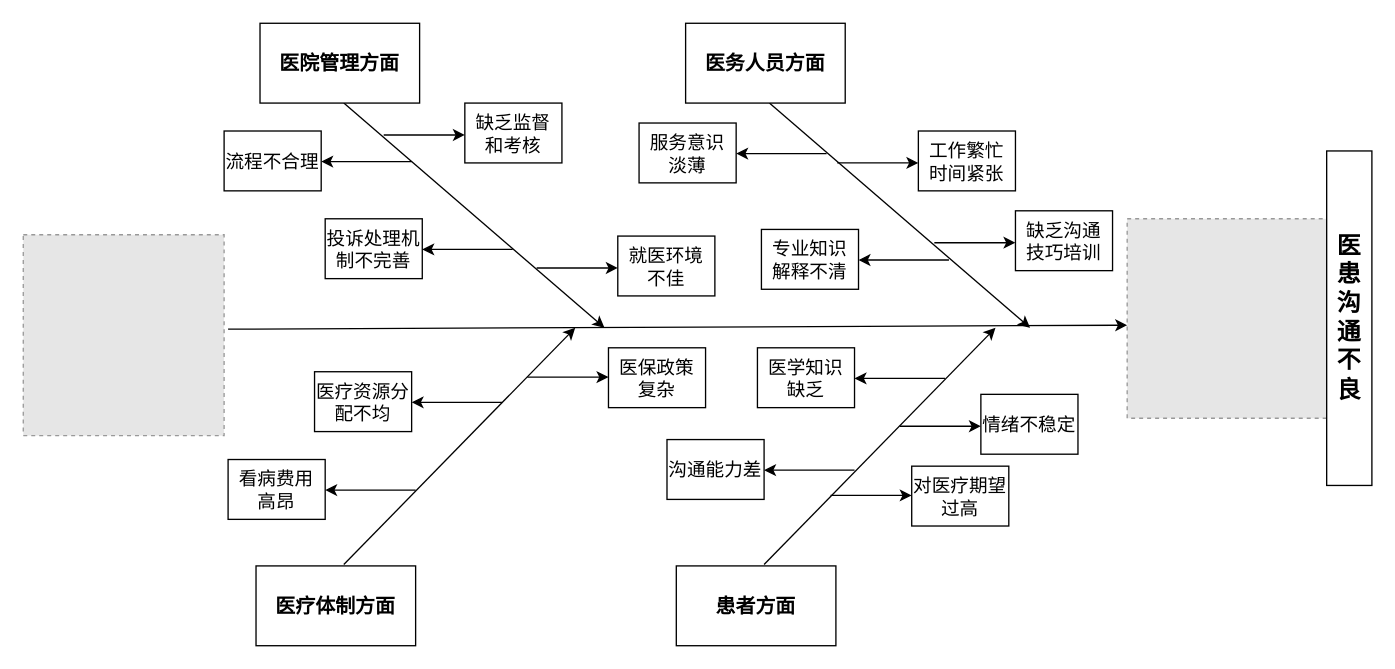
Above: 1111.drawio in zhenxix/blog_img (draw.io), before the change. Source tidied: cells renumbered, new cells numbered last; positions are measured from the earlier drawing's top-left corner, leaving out a move shared by most shapes. Both pictures are drawn from the tidied source at 133%, with x=0, y=0 at pixel (23, 23). Pictures stored in the file or linked from it are replaced by grey dashed boxes.
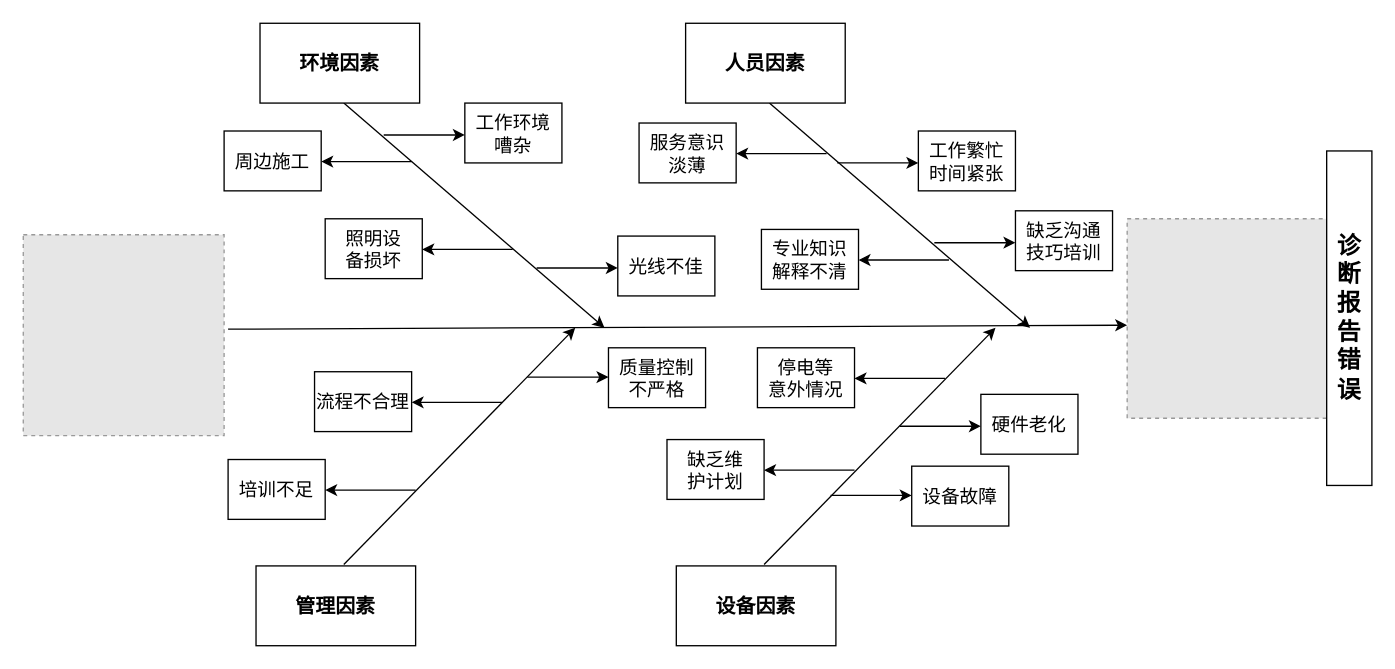
After the change.

Change to the diagram source:
```diff
@@
-    <mxCell id="3" value="&lt;font style=&quot;font-size: 18px;&quot;&gt;&lt;b&gt;医患沟通不良&lt;/b&gt;&lt;/font&gt;" style="rounded=0;whiteSpace=wrap;html=1;" parent="1" vertex="1">
+    <mxCell id="3" value="&lt;font style=&quot;font-size: 18px;&quot;&gt;&lt;b&gt;诊断报告错误&lt;/b&gt;&lt;/font&gt;" style="rounded=0;whiteSpace=wrap;html=1;" parent="1" vertex="1">
       <mxGeometry x="980" y="96" width="34" height="251.5" as="geometry" />
     </mxCell>
@@
-    <mxCell id="6" value="&lt;font style=&quot;font-size: 15px;&quot;&gt;&lt;b&gt;医务人员方面&lt;/b&gt;&lt;/font&gt;" style="rounded=0;whiteSpace=wrap;html=1;" parent="1" vertex="1">
+    <mxCell id="6" value="&lt;span style=&quot;font-size: 15px;&quot;&gt;&lt;b&gt;人员因素&lt;/b&gt;&lt;/span&gt;" style="rounded=0;whiteSpace=wrap;html=1;" parent="1" vertex="1">
       <mxGeometry x="498" width="120" height="60" as="geometry" />
     </mxCell>
@@
-    <mxCell id="8" value="&lt;font style=&quot;font-size: 15px;&quot;&gt;&lt;b&gt;患者方面&lt;/b&gt;&lt;/font&gt;" style="rounded=0;whiteSpace=wrap;html=1;" parent="1" vertex="1">
+    <mxCell id="8" value="&lt;span style=&quot;font-size: 15px;&quot;&gt;&lt;b&gt;设备因素&lt;/b&gt;&lt;/span&gt;" style="rounded=0;whiteSpace=wrap;html=1;" parent="1" vertex="1">
       <mxGeometry x="491" y="408" width="120" height="60" as="geometry" />
     </mxCell>
@@
-    <mxCell id="10" value="&lt;font style=&quot;font-size: 15px;&quot;&gt;&lt;b&gt;医疗体制方面&lt;/b&gt;&lt;/font&gt;" style="rounded=0;whiteSpace=wrap;html=1;" parent="1" vertex="1">
+    <mxCell id="10" value="&lt;span style=&quot;font-size: 15px;&quot;&gt;&lt;b&gt;管理因素&lt;/b&gt;&lt;/span&gt;" style="rounded=0;whiteSpace=wrap;html=1;" parent="1" vertex="1">
       <mxGeometry x="175" y="408" width="120" height="60" as="geometry" />
     </mxCell>
@@
-    <mxCell id="12" value="&lt;font style=&quot;font-size: 15px;&quot;&gt;&lt;b&gt;医院管理方面&lt;/b&gt;&lt;/font&gt;" style="rounded=0;whiteSpace=wrap;html=1;" parent="1" vertex="1">
+    <mxCell id="12" value="&lt;span style=&quot;font-size: 15px;&quot;&gt;&lt;b&gt;环境因素&lt;/b&gt;&lt;/span&gt;" style="rounded=0;whiteSpace=wrap;html=1;" parent="1" vertex="1">
       <mxGeometry x="178" width="120" height="60" as="geometry" />
     </mxCell>
@@
-    <mxCell id="14" value="&lt;font style=&quot;font-size: 14px;&quot;&gt;情绪不稳定&lt;/font&gt;" style="rounded=0;whiteSpace=wrap;html=1;" parent="1" vertex="1">
+    <mxCell id="14" value="&lt;font style=&quot;font-size: 14px;&quot;&gt;硬件老化&lt;/font&gt;" style="rounded=0;whiteSpace=wrap;html=1;" parent="1" vertex="1">
       <mxGeometry x="720" y="279" width="73" height="45" as="geometry" />
     </mxCell>
@@
-    <mxCell id="16" value="&lt;font style=&quot;font-size: 14px;&quot;&gt;对医疗期望过高&lt;/font&gt;" style="rounded=0;whiteSpace=wrap;html=1;" parent="1" vertex="1">
+    <mxCell id="16" value="&lt;font style=&quot;font-size: 14px;&quot;&gt;设备故障&lt;/font&gt;" style="rounded=0;whiteSpace=wrap;html=1;" parent="1" vertex="1">
       <mxGeometry x="668" y="333" width="73" height="45" as="geometry" />
     </mxCell>
@@
-    <mxCell id="18" value="&lt;font style=&quot;font-size: 14px;&quot;&gt;医学知识&lt;/font&gt;&lt;div&gt;&lt;font style=&quot;font-size: 14px;&quot;&gt;缺乏&lt;/font&gt;&lt;/div&gt;" style="rounded=0;whiteSpace=wrap;html=1;" parent="1" vertex="1">
+    <mxCell id="18" value="&lt;span style=&quot;font-size: 14px;&quot;&gt;停电等&lt;/span&gt;&lt;div&gt;&lt;span style=&quot;font-size: 14px;&quot;&gt;意外情况&lt;/span&gt;&lt;/div&gt;" style="rounded=0;whiteSpace=wrap;html=1;" parent="1" vertex="1">
       <mxGeometry x="552" y="244" width="73" height="45" as="geometry" />
     </mxCell>
@@
-    <mxCell id="20" value="&lt;font style=&quot;font-size: 14px;&quot;&gt;沟通能力差&lt;/font&gt;" style="rounded=0;whiteSpace=wrap;html=1;" parent="1" vertex="1">
+    <mxCell id="20" value="&lt;font style=&quot;font-size: 14px;&quot;&gt;缺乏维&lt;/font&gt;&lt;div&gt;&lt;font style=&quot;font-size: 14px;&quot;&gt;护计划&lt;/font&gt;&lt;/div&gt;" style="rounded=0;whiteSpace=wrap;html=1;" parent="1" vertex="1">
       <mxGeometry x="484" y="313" width="73" height="45" as="geometry" />
     </mxCell>
@@
-    <mxCell id="30" value="&lt;font style=&quot;font-size: 14px;&quot;&gt;医保政策&lt;/font&gt;&lt;div&gt;&lt;font style=&quot;font-size: 14px;&quot;&gt;复杂&lt;/font&gt;&lt;/div&gt;" style="rounded=0;whiteSpace=wrap;html=1;" parent="1" vertex="1">
+    <mxCell id="30" value="&lt;span style=&quot;font-size: 14px;&quot;&gt;质量控制&lt;/span&gt;&lt;div&gt;&lt;span style=&quot;font-size: 14px;&quot;&gt;不严格&lt;/span&gt;&lt;br&gt;&lt;/div&gt;" style="rounded=0;whiteSpace=wrap;html=1;" parent="1" vertex="1">
       <mxGeometry x="440" y="244" width="73" height="45" as="geometry" />
     </mxCell>
@@
-    <mxCell id="32" value="&lt;font style=&quot;font-size: 14px;&quot;&gt;医疗资源分配不均&lt;/font&gt;" style="rounded=0;whiteSpace=wrap;html=1;" parent="1" vertex="1">
+    <mxCell id="32" value="&lt;font style=&quot;font-size: 14px;&quot;&gt;流程不合理&lt;/font&gt;" style="rounded=0;whiteSpace=wrap;html=1;" parent="1" vertex="1">
       <mxGeometry x="219" y="262" width="73" height="45" as="geometry" />
     </mxCell>
@@
-    <mxCell id="34" value="&lt;font style=&quot;font-size: 14px;&quot;&gt;看病费用&lt;/font&gt;&lt;div&gt;&lt;font style=&quot;font-size: 14px;&quot;&gt;高昂&lt;/font&gt;&lt;/div&gt;" style="rounded=0;whiteSpace=wrap;html=1;" parent="1" vertex="1">
+    <mxCell id="34" value="&lt;span style=&quot;font-size: 14px;&quot;&gt;培训不足&lt;/span&gt;" style="rounded=0;whiteSpace=wrap;html=1;" parent="1" vertex="1">
       <mxGeometry x="154" y="328" width="73" height="45" as="geometry" />
     </mxCell>
@@
-    <mxCell id="36" value="&lt;font style=&quot;font-size: 14px;&quot;&gt;流程不合理&lt;/font&gt;" style="rounded=0;whiteSpace=wrap;html=1;" parent="1" vertex="1">
+    <mxCell id="36" value="&lt;font style=&quot;font-size: 14px;&quot;&gt;周边施工&lt;/font&gt;" style="rounded=0;whiteSpace=wrap;html=1;" parent="1" vertex="1">
       <mxGeometry x="151" y="81" width="73" height="45" as="geometry" />
     </mxCell>
@@
-    <mxCell id="38" value="&lt;span style=&quot;font-size: 14px;&quot;&gt;投诉处理机制不完善&lt;/span&gt;" style="rounded=0;whiteSpace=wrap;html=1;" parent="1" vertex="1">
+    <mxCell id="38" value="&lt;span style=&quot;font-size: 14px;&quot;&gt;照明设&lt;/span&gt;&lt;div&gt;&lt;span style=&quot;font-size: 14px;&quot;&gt;备损坏&lt;/span&gt;&lt;br&gt;&lt;/div&gt;" style="rounded=0;whiteSpace=wrap;html=1;" parent="1" vertex="1">
       <mxGeometry x="227" y="147" width="73" height="45" as="geometry" />
     </mxCell>
@@
-    <mxCell id="40" value="&lt;span style=&quot;font-size: 14px;&quot;&gt;缺乏监督&lt;/span&gt;&lt;div&gt;&lt;span style=&quot;font-size: 14px;&quot;&gt;和考核&lt;/span&gt;&lt;/div&gt;" style="rounded=0;whiteSpace=wrap;html=1;" parent="1" vertex="1">
+    <mxCell id="40" value="&lt;span style=&quot;font-size: 14px;&quot;&gt;工作环境&lt;/span&gt;&lt;div&gt;&lt;span style=&quot;font-size: 14px;&quot;&gt;嘈杂&lt;/span&gt;&lt;br&gt;&lt;/div&gt;" style="rounded=0;whiteSpace=wrap;html=1;" parent="1" vertex="1">
       <mxGeometry x="332" y="60" width="73" height="45" as="geometry" />
     </mxCell>
@@
-    <mxCell id="42" value="&lt;span style=&quot;font-size: 14px;&quot;&gt;就医环境&lt;/span&gt;&lt;div&gt;&lt;span style=&quot;font-size: 14px;&quot;&gt;不佳&lt;/span&gt;&lt;br&gt;&lt;/div&gt;" style="rounded=0;whiteSpace=wrap;html=1;" parent="1" vertex="1">
+    <mxCell id="42" value="&lt;span style=&quot;font-size: 14px;&quot;&gt;光线不佳&lt;/span&gt;" style="rounded=0;whiteSpace=wrap;html=1;" parent="1" vertex="1">
       <mxGeometry x="447" y="160" width="73" height="45" as="geometry" />
     </mxCell>
```
